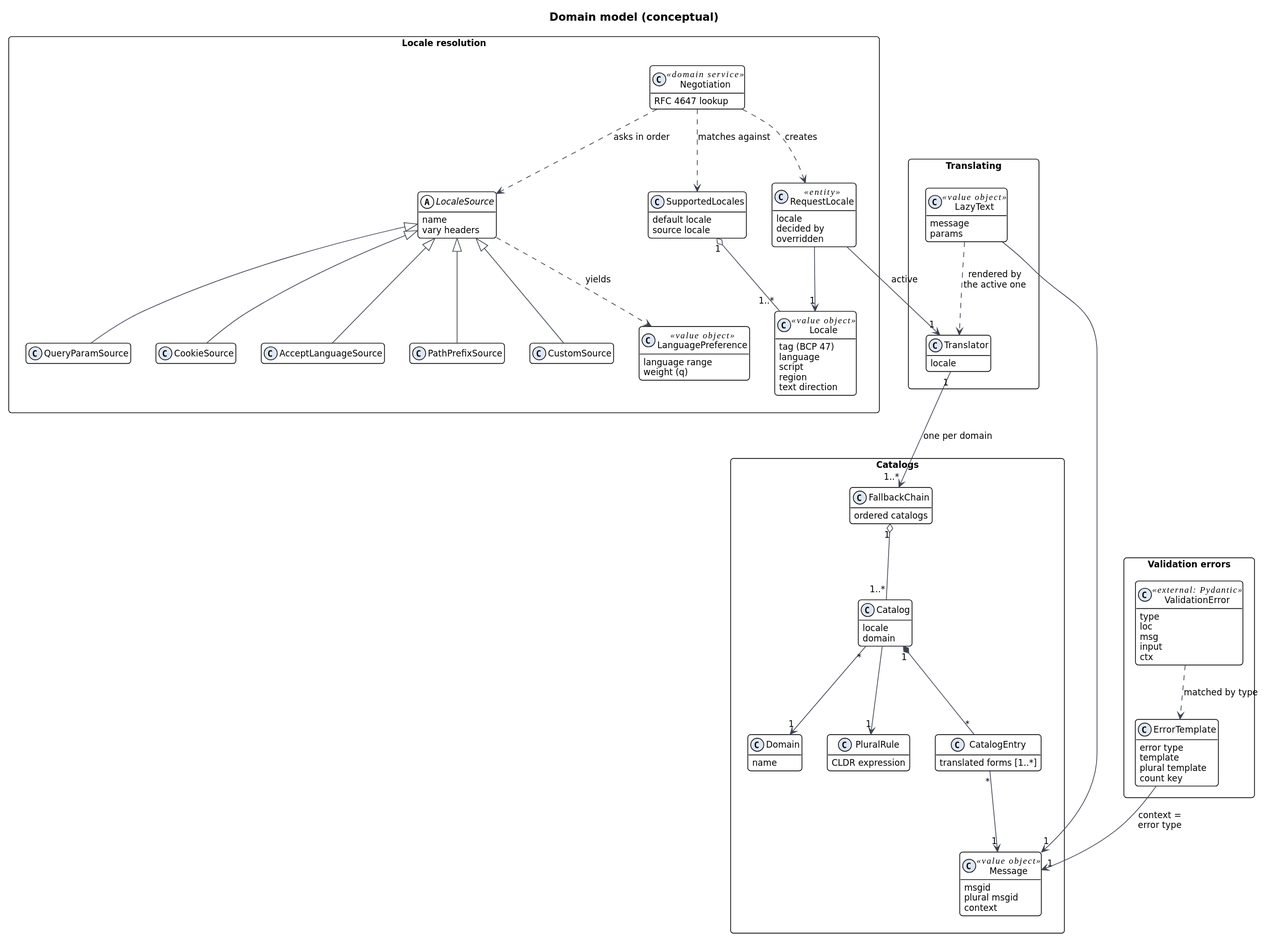
The PlantUML diagram docs/diagrams/domain-model.svg in fastapi-extensions/fastapi-locale, before a commit. Its source is kept beside it as docs/diagrams/domain-model.puml. The source it was exported from:
```plantuml
@startuml domain-model
!include include/style.iuml
title Domain model (conceptual)
hide empty methods
hide empty members
top to bottom direction

package "Locale resolution" as P_RES {
  abstract class LocaleSource {
    name
    vary headers
  }
  class QueryParamSource
  class CookieSource
  class AcceptLanguageSource
  class PathPrefixSource
  class CustomSource
  class LanguagePreference <<value object>> {
    language range
    {field} weight (q)
  }
  class Negotiation <<domain service>> {
    RFC 4647 lookup
  }
  class SupportedLocales {
    default locale
    source locale
  }
  class Locale <<value object>> {
    {field} tag (BCP 47)
    language
    script
    region
    text direction
  }
  class RequestLocale <<entity>> {
    locale
    decided by
    overridden
  }
}

package "Translating" as P_TR {
  class Translator {
    locale
  }
  class LazyText <<value object>> {
    message
    params
  }
}

package "Catalogs" as P_CAT {
  class FallbackChain {
    ordered catalogs
  }
  class Catalog {
    locale
    domain
  }
  class Domain {
    name
  }
  class PluralRule {
    CLDR expression
  }
  class CatalogEntry {
    translated forms [1..*]
  }
  class Message <<value object>> {
    msgid
    plural msgid
    context
  }
}

package "Validation errors" as P_VAL {
  class ValidationError <<external: Pydantic>> {
    type
    loc
    msg
    input
    ctx
  }
  class ErrorTemplate {
    error type
    template
    plural template
    count key
  }
}

QueryParamSource -up-|> LocaleSource
CookieSource -up-|> LocaleSource
AcceptLanguageSource -up-|> LocaleSource
PathPrefixSource -up-|> LocaleSource
CustomSource -up-|> LocaleSource
LocaleSource ..> LanguagePreference : yields
Negotiation ..> LocaleSource : asks in order
Negotiation ..> SupportedLocales : matches against
Negotiation ..> RequestLocale : creates
SupportedLocales "1" o-- "1..*" Locale
RequestLocale --> "1" Locale

RequestLocale --> "1" Translator : active
LazyText ..> Translator : rendered by\nthe active one
LazyText --> "1" Message

Translator "1" --> "1..*" FallbackChain : one per domain
FallbackChain "1" o-- "1..*" Catalog
Catalog "*" --> "1" Domain
Catalog --> "1" PluralRule
Catalog "1" *-- "*" CatalogEntry
CatalogEntry "*" --> "1" Message

ValidationError ..> ErrorTemplate : matched by type
ErrorTemplate --> "1" Message : context =\nerror type

P_RES -[hidden]down- P_TR
P_TR -[hidden]down- P_CAT
@enduml
```
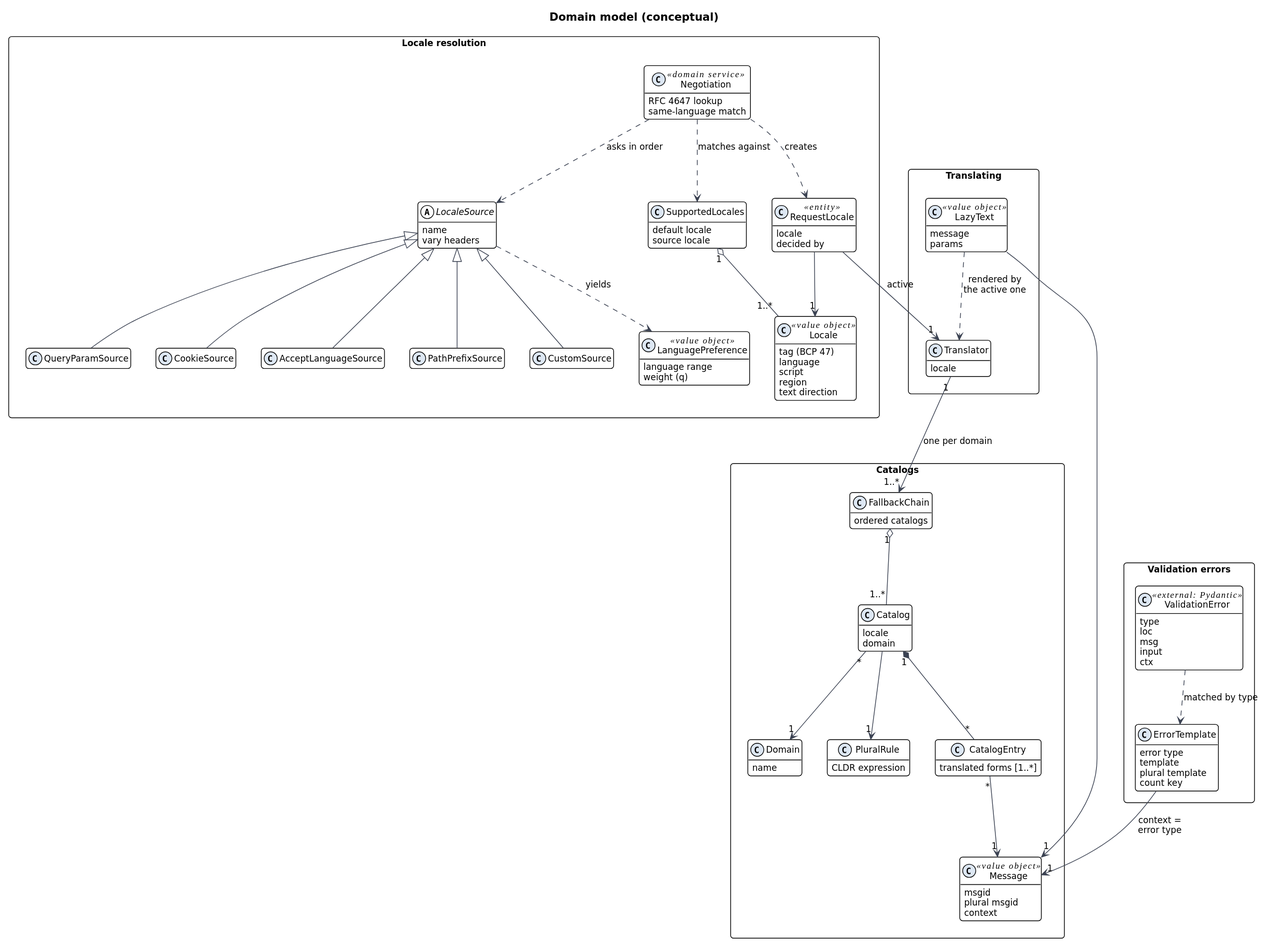
The same diagram one commit later.

Diff of the diagram source:
```diff
@@ -21,6 +21,7 @@
   }
   class Negotiation <<domain service>> {
     RFC 4647 lookup
+    same-language match
   }
   class SupportedLocales {
     default locale
@@ -36,7 +37,6 @@
   class RequestLocale <<entity>> {
     locale
     decided by
-    overridden
   }
 }
 
```
